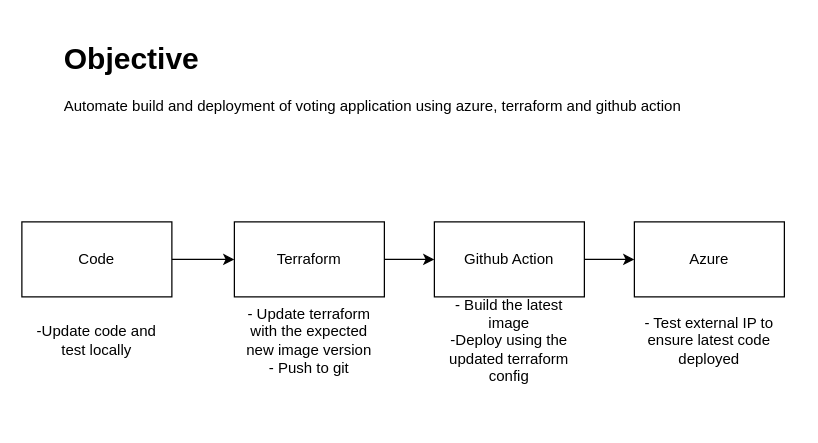
Before: terraform-azure.drawio in Azure-Samples/azure-voting-app-redis, a draw.io diagram. Source tidied: cells renumbered, new cells numbered last; positions are measured from the earlier drawing's top-left corner, leaving out a move shared by most shapes. Both pictures are drawn from the tidied source at 125%, with x=0, y=0 at pixel (21, 34).
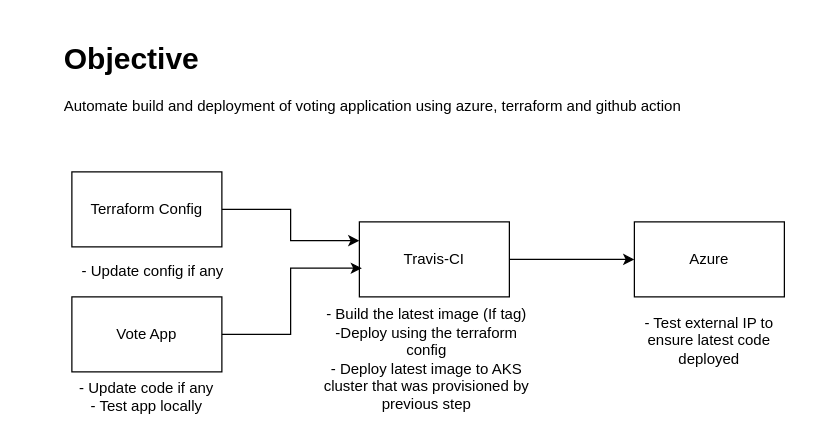
Above is the later version.

What changed in the source:
```diff
@@
 <mxGraphModel>
   <root>
     <mxCell id="0" />
     <mxCell id="1" parent="0" />
-    <mxCell id="2" style="edgeStyle=orthogonalEdgeStyle;rounded=0;jettySize=auto;html=1;entryX=0;entryY=0.5;entryDx=0;entryDy=0;" parent="1" edge="1" source="3" target="6">
-      <mxGeometry relative="1" as="geometry" />
-    </mxCell>
-    <mxCell id="3" value="Code" style="rounded=0;whiteSpace=wrap;html=1;" parent="1" vertex="1">
-      <mxGeometry y="150" width="120" height="60" as="geometry" />
-    </mxCell>
     <mxCell id="4" value="&lt;h1&gt;Objective&lt;/h1&gt;&lt;p&gt;Automate build and deployment of voting application using azure, terraform and github action&lt;/p&gt;" style="text;html=1;strokeColor=none;fillColor=none;spacing=5;spacingTop=-20;whiteSpace=wrap;overflow=hidden;rounded=0;" parent="1" vertex="1">
       <mxGeometry x="29" width="590" height="80" as="geometry" />
     </mxCell>
-    <mxCell id="5" style="edgeStyle=orthogonalEdgeStyle;rounded=0;jettySize=auto;html=1;" parent="1" edge="1" source="6" target="8">
-      <mxGeometry relative="1" as="geometry" />
-    </mxCell>
-    <mxCell id="6" value="Terraform" style="rounded=0;whiteSpace=wrap;html=1;" parent="1" vertex="1">
-      <mxGeometry x="170" y="150" width="120" height="60" as="geometry" />
-    </mxCell>
     <mxCell id="7" style="edgeStyle=orthogonalEdgeStyle;rounded=0;jettySize=auto;html=1;" parent="1" edge="1" source="8" target="9">
       <mxGeometry relative="1" as="geometry" />
     </mxCell>
-    <mxCell id="8" value="Github Action" style="rounded=0;whiteSpace=wrap;html=1;" parent="1" vertex="1">
-      <mxGeometry x="330" y="150" width="120" height="60" as="geometry" />
+    <mxCell id="8" value="Travis-CI" style="rounded=0;whiteSpace=wrap;html=1;" parent="1" vertex="1">
+      <mxGeometry x="270" y="150" width="120" height="60" as="geometry" />
     </mxCell>
     <mxCell id="9" value="Azure" style="rounded=0;whiteSpace=wrap;html=1;" parent="1" vertex="1">
       <mxGeometry x="490" y="150" width="120" height="60" as="geometry" />
     </mxCell>
-    <mxCell id="10" value="-Update code and test locally" style="text;html=1;strokeColor=none;fillColor=none;align=center;verticalAlign=middle;whiteSpace=wrap;rounded=0;" parent="1" vertex="1">
-      <mxGeometry y="210" width="120" height="70" as="geometry" />
-    </mxCell>
-    <mxCell id="11" value="- Update terraform with the expected new image version&lt;br&gt;- Push to git" style="text;html=1;strokeColor=none;fillColor=none;align=center;verticalAlign=middle;whiteSpace=wrap;rounded=0;" parent="1" vertex="1">
-      <mxGeometry x="170" y="210" width="120" height="70" as="geometry" />
-    </mxCell>
-    <mxCell id="12" value="- Build the latest image&lt;br&gt;-Deploy using the updated terraform config" style="text;html=1;strokeColor=none;fillColor=none;align=center;verticalAlign=middle;whiteSpace=wrap;rounded=0;" parent="1" vertex="1">
-      <mxGeometry x="330" y="210" width="120" height="70" as="geometry" />
+    <mxCell id="12" value="- Build the latest image (If tag)&lt;br&gt;-Deploy using the terraform config&lt;br&gt;- Deploy latest image to AKS cluster that was provisioned by previous step" style="text;html=1;strokeColor=none;fillColor=none;align=center;verticalAlign=middle;whiteSpace=wrap;rounded=0;" parent="1" vertex="1">
+      <mxGeometry x="239" y="210" width="170" height="100" as="geometry" />
     </mxCell>
     <mxCell id="13" value="- Test external IP to ensure latest code deployed" style="text;html=1;strokeColor=none;fillColor=none;align=center;verticalAlign=middle;whiteSpace=wrap;rounded=0;" parent="1" vertex="1">
       <mxGeometry x="490" y="210" width="120" height="70" as="geometry" />
     </mxCell>
+    <mxCell id="14" style="edgeStyle=orthogonalEdgeStyle;rounded=0;jettySize=auto;html=1;entryX=0;entryY=0.25;entryDx=0;entryDy=0;" parent="1" edge="1" source="15" target="8">
+      <mxGeometry relative="1" as="geometry" />
+    </mxCell>
+    <mxCell id="15" value="Terraform Config" style="rounded=0;whiteSpace=wrap;html=1;" parent="1" vertex="1">
+      <mxGeometry x="40" y="110" width="120" height="60" as="geometry" />
+    </mxCell>
+    <mxCell id="16" style="edgeStyle=orthogonalEdgeStyle;rounded=0;jettySize=auto;html=1;entryX=0.017;entryY=0.617;entryDx=0;entryDy=0;entryPerimeter=0;" parent="1" edge="1" source="17" target="8">
+      <mxGeometry relative="1" as="geometry" />
+    </mxCell>
+    <mxCell id="17" value="Vote App" style="rounded=0;whiteSpace=wrap;html=1;" parent="1" vertex="1">
+      <mxGeometry x="40" y="210" width="120" height="60" as="geometry" />
+    </mxCell>
+    <mxCell id="18" value="- Update code if any&lt;br&gt;- Test app locally" style="text;html=1;strokeColor=none;fillColor=none;align=center;verticalAlign=middle;whiteSpace=wrap;rounded=0;" parent="1" vertex="1">
+      <mxGeometry x="15" y="270" width="170" height="40" as="geometry" />
+    </mxCell>
+    <mxCell id="19" value="- Update config if any" style="text;html=1;strokeColor=none;fillColor=none;align=center;verticalAlign=middle;whiteSpace=wrap;rounded=0;" parent="1" vertex="1">
+      <mxGeometry x="20" y="170" width="170" height="40" as="geometry" />
+    </mxCell>
   </root>
 </mxGraphModel>
```
